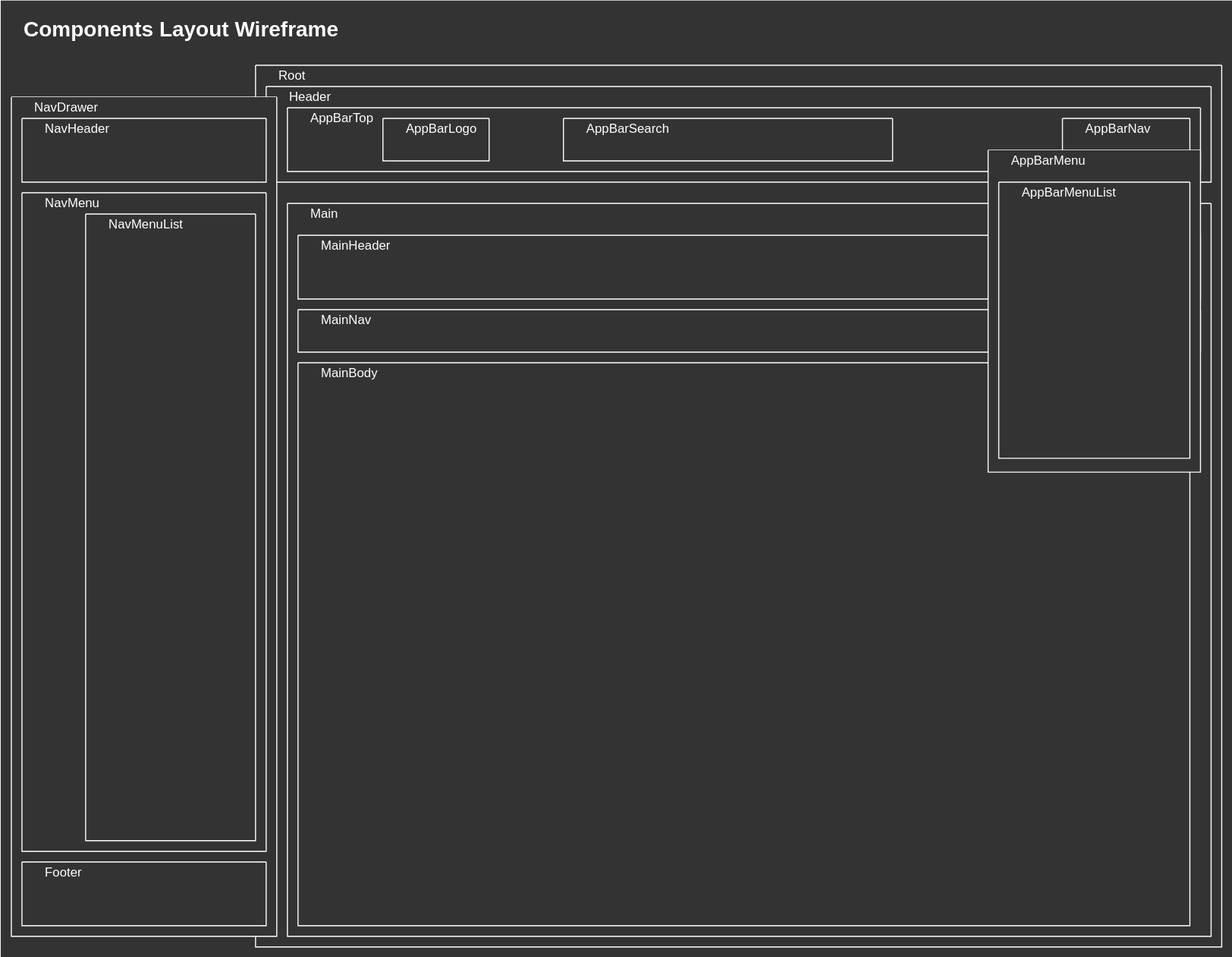
This is diagrams/juvpro/components-layout-wireframe.svg from tcjpd/tcjpd.github.io, a draw.io export, as it was before one commit. Source tidied: cells renumbered, new cells last; positions are measured from the earlier drawing's top-left corner, leaving out a move shared by most shapes.
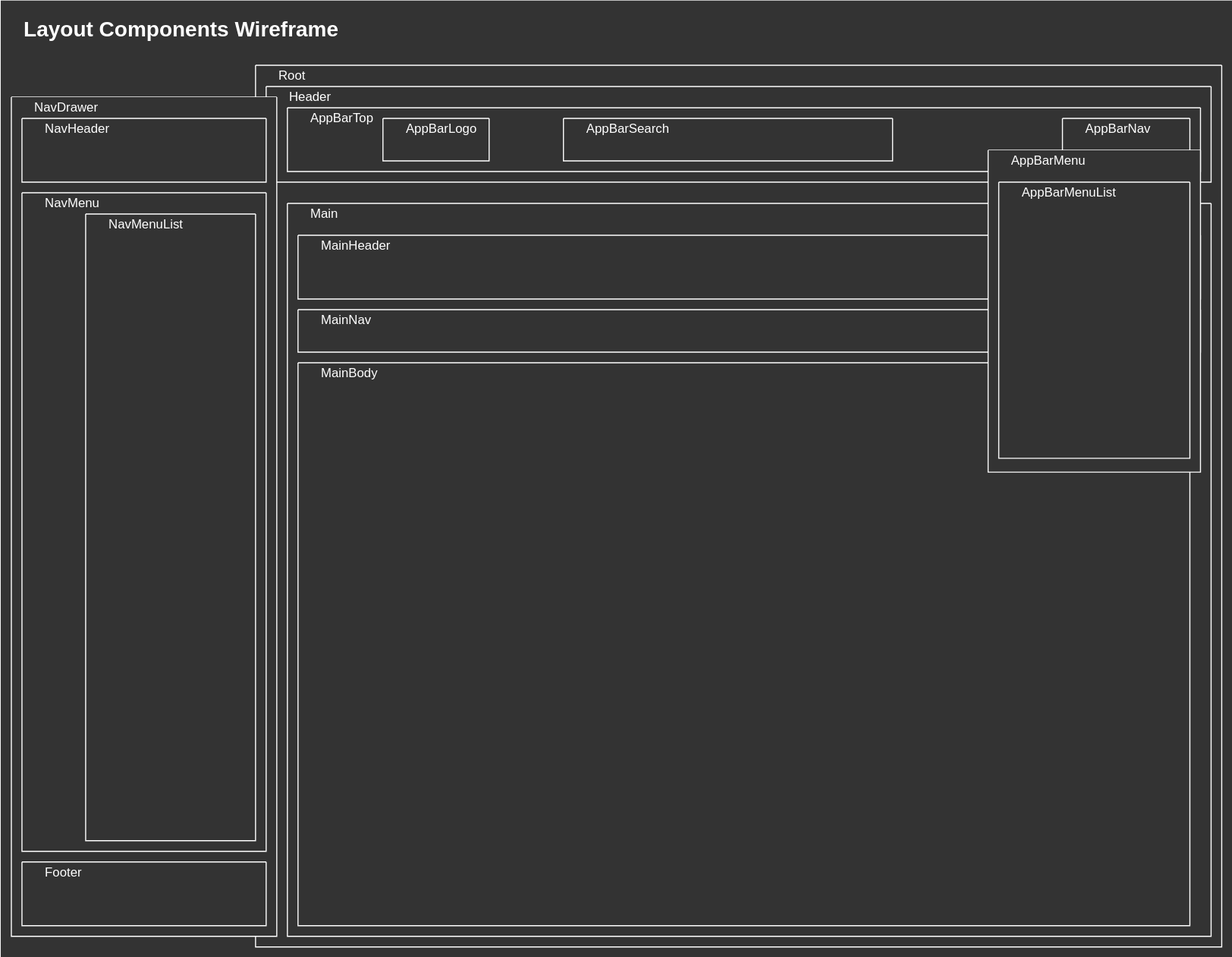
After the change.

Change to the diagram source:
```diff
@@ -6,7 +6,7 @@
       <mxGeometry width="1160" height="901" as="geometry" />
     </mxCell>
     <mxCell id="3" value="Foreground" parent="0" />
-    <mxCell id="4" value="&lt;b style=&quot;border-color: var(--border-color);&quot;&gt;Components&amp;nbsp;&lt;/b&gt;&lt;b&gt;Layout&amp;nbsp;&lt;/b&gt;&lt;b&gt;Wireframe&amp;nbsp;&lt;/b&gt;" style="text;html=1;align=left;verticalAlign=middle;whiteSpace=wrap;rounded=0;fontSize=20;fillColor=none;fontColor=#FFFFFF;labelBackgroundColor=none;" parent="3" vertex="1">
+    <mxCell id="4" value="&lt;b style=&quot;border-color: var(--border-color);&quot;&gt;&lt;b style=&quot;border-color: var(--border-color);&quot;&gt;Layout&amp;nbsp;&lt;/b&gt;Components&lt;/b&gt;&lt;b&gt;&amp;nbsp;&lt;/b&gt;&lt;b&gt;Wireframe&amp;nbsp;&lt;/b&gt;" style="text;html=1;align=left;verticalAlign=middle;whiteSpace=wrap;rounded=0;fontSize=20;fillColor=none;fontColor=#FFFFFF;labelBackgroundColor=none;" parent="3" vertex="1">
       <mxGeometry x="20" y="11" width="480" height="30" as="geometry" />
     </mxCell>
     <mxCell id="5" style="swimlane;startSize=0;fillColor=none;fontColor=#FFFFFF;labelBackgroundColor=none;strokeColor=#FFFFFF;" parent="3" vertex="1">
```
